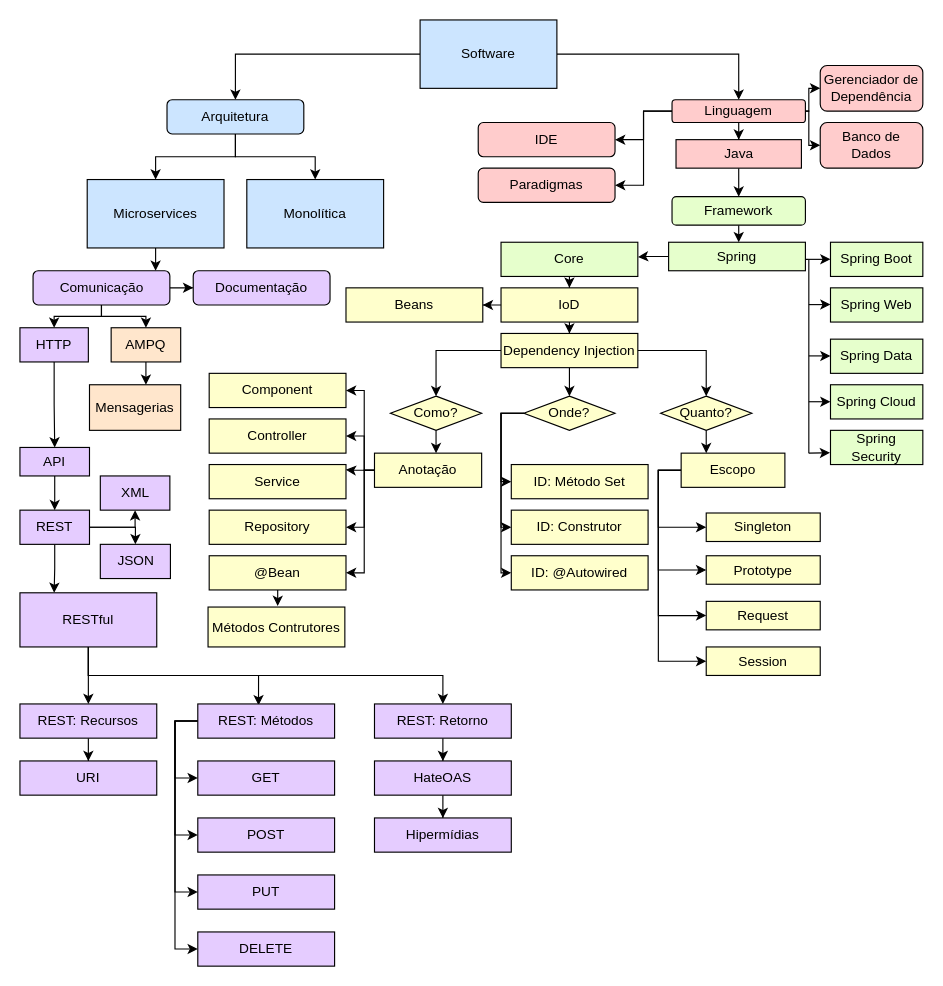
Before: Microservice.drawio in C-algaro/Diagramas-UML, a draw.io diagram. Source tidied: cells renumbered, new cells numbered last; positions are measured from the earlier drawing's top-left corner, leaving out a move shared by most shapes. Both pictures are drawn from the tidied source at 114%, with x=0, y=0 at pixel (19, 19).
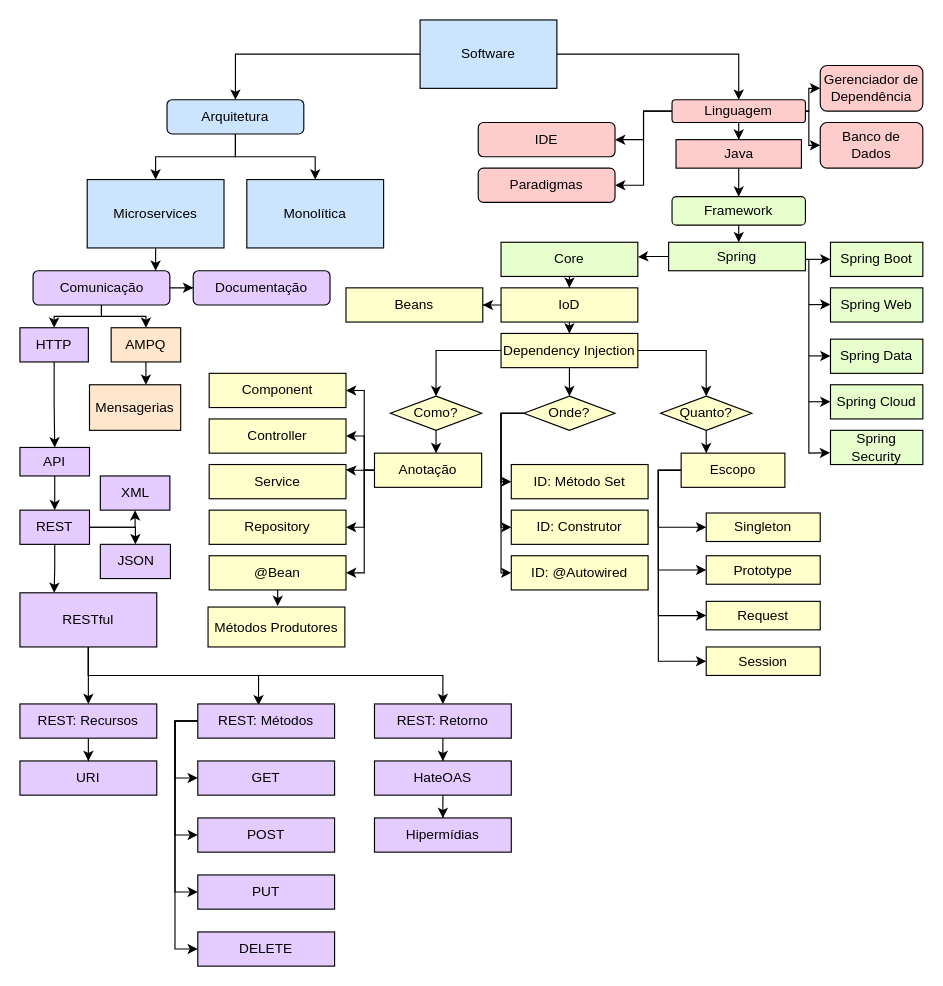
Above is the later version.

Commit message:
Ajuste no método Bean.drawio

The edit, as a diff of the source:
```diff
@@
-    <mxCell id="112" value="Métodos Contrutores" style="rounded=0;whiteSpace=wrap;html=1;fillColor=#FFFFCC;" parent="1" vertex="1">
+    <mxCell id="112" value="Métodos Produtores" style="rounded=0;whiteSpace=wrap;html=1;fillColor=#FFFFCC;" parent="1" vertex="1">
       <mxGeometry x="165" y="515" width="120" height="35" as="geometry" />
     </mxCell>
```
